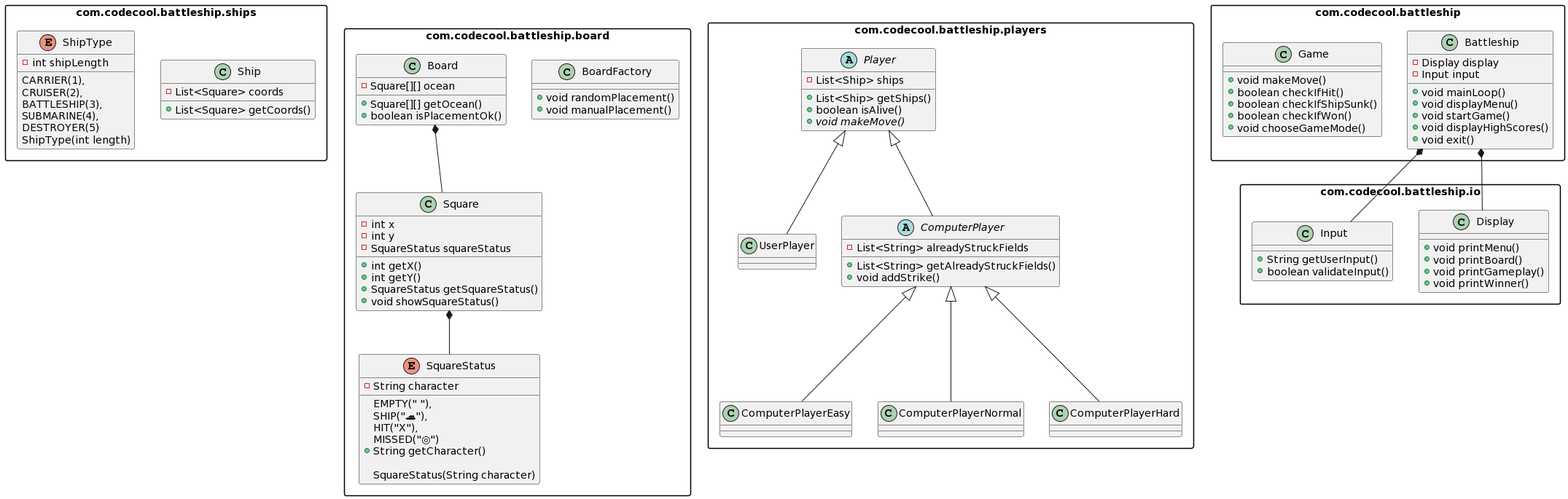
This is uml.png from OchotaDariusz/Battleships-OOP, a PlantUML export, as it was before one commit. The source it was exported from:
```plantuml
@startuml
skinparam packageStyle rectangle

package com.codecool.battleship.ships {
  class Ship
  enum ShipType
}

package com.codecool.battleship.board {
  class BoardFactory
  Board *-- Square
  Square *-- SquareStatus
  enum SquareStatus
}

package com.codecool.battleship.players {
  abstract class Player
  class UserPlayer extends Player
  abstract class ComputerPlayer extends Player
  class ComputerPlayerEasy extends ComputerPlayer
  class ComputerPlayerNormal extends ComputerPlayer
  class ComputerPlayerHard extends ComputerPlayer
}

package com.codecool.battleship.io {
  class Display
  class Input
}

package com.codecool.battleship {
  Battleship *-- Display
  Battleship *-- Input
  class Game
}

class Battleship {
  -Display display
  -Input input
  +void mainLoop()
  +void displayMenu()
  +void startGame()
  +void displayHighScores()
  +void exit()
}

class Display {
  +void printMenu()
  +void printBoard()
  +void printGameplay()
  +void printWinner()
}

class Input {
  +String getUserInput()
  +boolean validateInput()
}


class Game {
  +void makeMove()
  +boolean checkIfHit()
  +boolean checkIfShipSunk()
  +boolean checkIfWon()
  +void chooseGameMode()
}

abstract class Player {
  -List<Ship> ships
  +List<Ship> getShips()
  +boolean isAlive()
  +{abstract} void makeMove()
}

abstract class ComputerPlayer {
  -List<String> alreadyStruckFields
  +List<String> getAlreadyStruckFields()
  +void addStrike()
}

class BoardFactory {
  +void randomPlacement()
  +void manualPlacement()
}

class Board {
  -Square[][] ocean
  +Square[][] getOcean()
  +boolean isPlacementOk()
}

class Ship {
  -List<Square> coords
  +List<Square> getCoords()
}

enum ShipType {
  CARRIER(1),
  CRUISER(2),
  BATTLESHIP(3),
  SUBMARINE(4),
  DESTROYER(5)

  -int shipLength
  ShipType(int length)
}

class Square {
  -int x
  -int y
  -SquareStatus squareStatus
  +int getX()
  +int getY()
  +SquareStatus getSquareStatus()
  +void showSquareStatus()
}

enum SquareStatus {
  EMPTY(" "),
  SHIP("🚢"),
  HIT("X"),
  MISSED("◎")

  -String character
  +String getCharacter()

  SquareStatus(String character)
}
@enduml
```
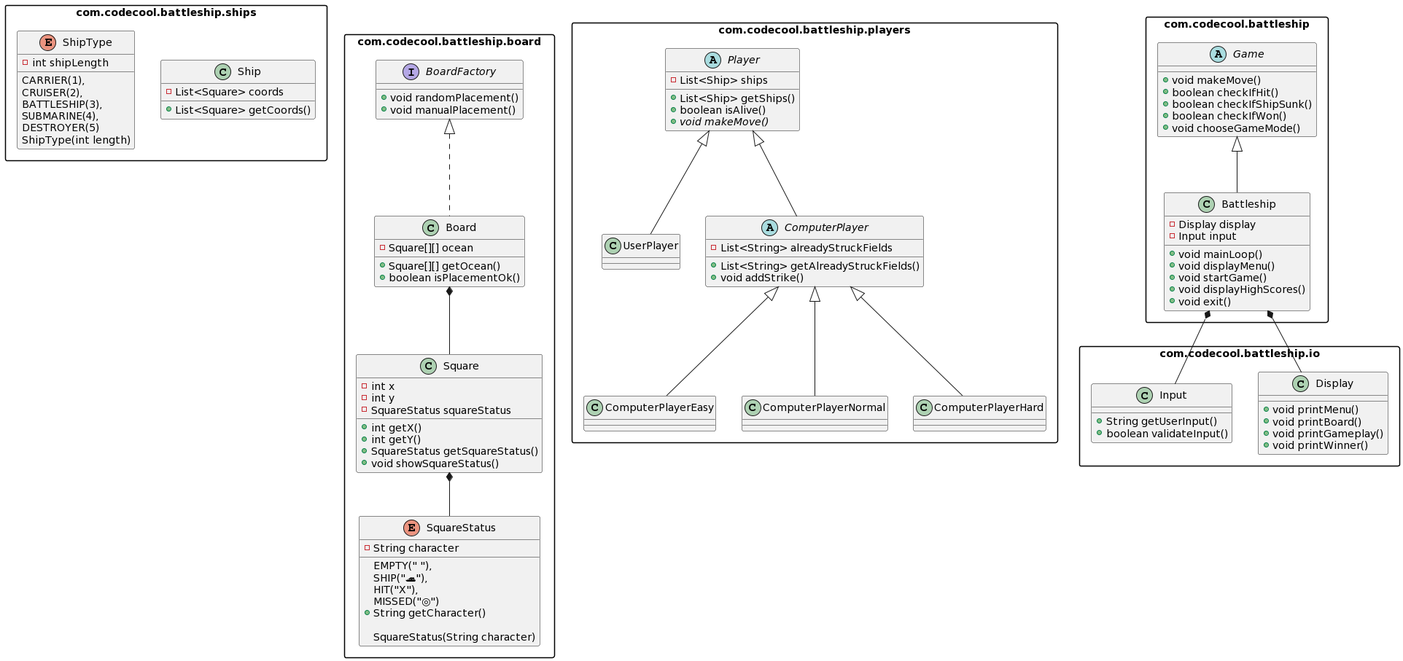
The same file after the commit.

Commit message:
Update UML Diagram Implementation

The edit, as a diff of the source:
```diff
@@ -7,7 +7,8 @@
 }
 
 package com.codecool.battleship.board {
-  class BoardFactory
+  interface BoardFactory
+  class Board implements BoardFactory
   Board *-- Square
   Square *-- SquareStatus
   enum SquareStatus
@@ -30,7 +31,8 @@
 package com.codecool.battleship {
   Battleship *-- Display
   Battleship *-- Input
-  class Game
+  abstract class Game
+  class Battleship extends Game
 }
 
 class Battleship {
@@ -55,8 +57,7 @@
   +boolean validateInput()
 }
 
-
-class Game {
+abstract class Game {
   +void makeMove()
   +boolean checkIfHit()
   +boolean checkIfShipSunk()
@@ -77,7 +78,7 @@
   +void addStrike()
 }
 
-class BoardFactory {
+interface BoardFactory {
   +void randomPlacement()
   +void manualPlacement()
 }
```
